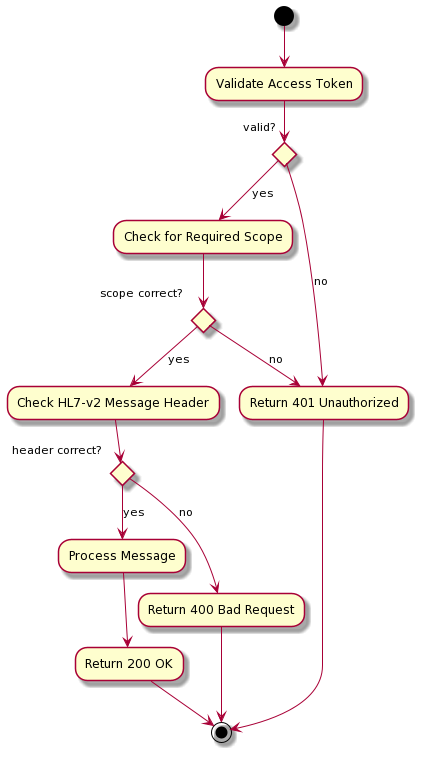
Before: docs/diagrams/out/PNet_API_Processing.png, a diagram exported from PlantUML (bcgov/moh-eRx). Its diagram source:
```plantuml
@startuml
(*) --> "Validate Access Token"
        --> if "valid?" then
                --> [yes] "Check for Required Scope"
                --> if "scope correct?" then
                --> [yes] "Check HL7-v2 Message Header"
                    --> if "header correct?" then
                    --> [yes] "Process Message"
                    --> "Return 200 OK"
                    --> (*)
                    else
                    --> [no] "Return 400 Bad Request"
                    --> (*)
                    endif
                else
                --> [no] "Return 401 Unauthorized"
                endif
        else
        --> [no] "Return 401 Unauthorized"
        --> (*)
        endif
@enduml
```
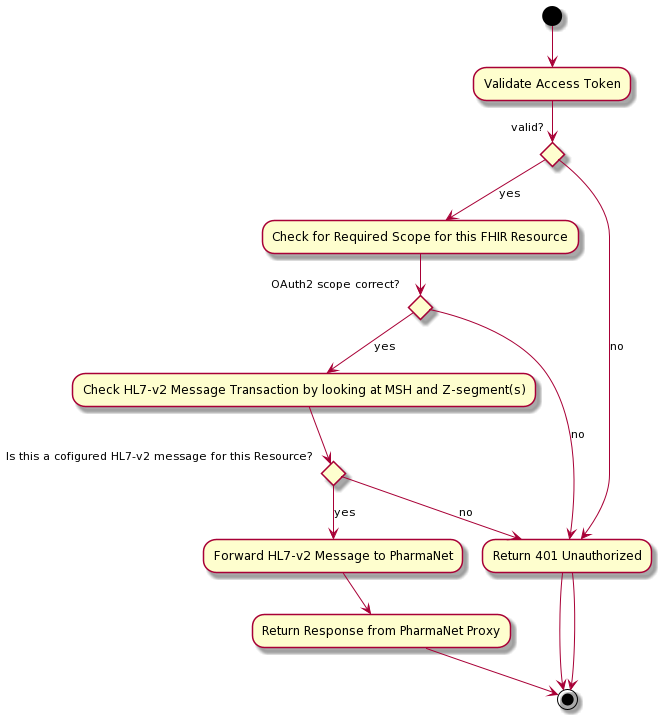
After the change.

Change to the diagram source:
```diff
@@ -1,15 +1,15 @@
 @startuml
 (*) --> "Validate Access Token"
         --> if "valid?" then
-                --> [yes] "Check for Required Scope"
-                --> if "scope correct?" then
-                --> [yes] "Check HL7-v2 Message Header"
-                    --> if "header correct?" then
-                    --> [yes] "Process Message"
-                    --> "Return 200 OK"
+                --> [yes] "Check for Required Scope for this FHIR Resource"
+                --> if "OAuth2 scope correct?" then
+                --> [yes] "Check HL7-v2 Message Transaction by looking at MSH and Z-segment(s)"
+                    --> if "Is this a cofigured HL7-v2 message for this Resource?" then
+                    --> [yes] "Forward HL7-v2 Message to PharmaNet"
+                    --> "Return Response from PharmaNet Proxy"
                     --> (*)
                     else
-                    --> [no] "Return 400 Bad Request"
+                    --> [no] "Return 401 Unauthorized"
                     --> (*)
                     endif
                 else
```
